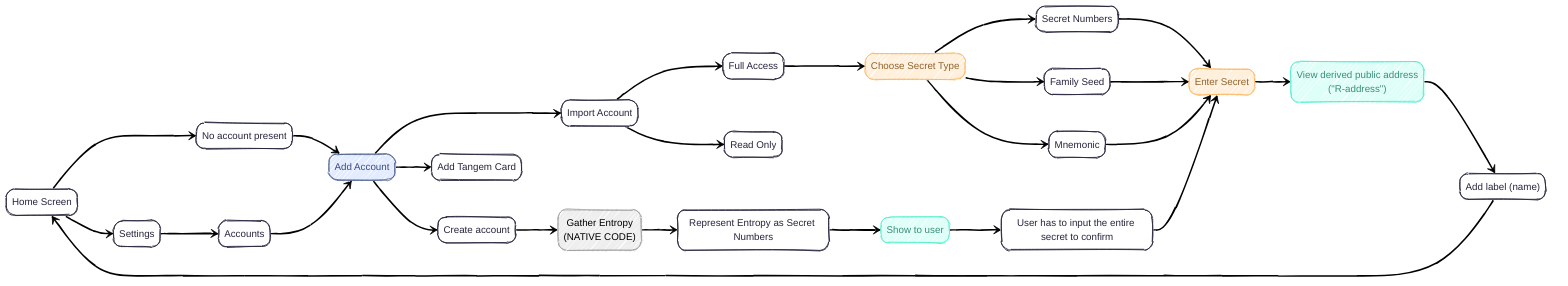
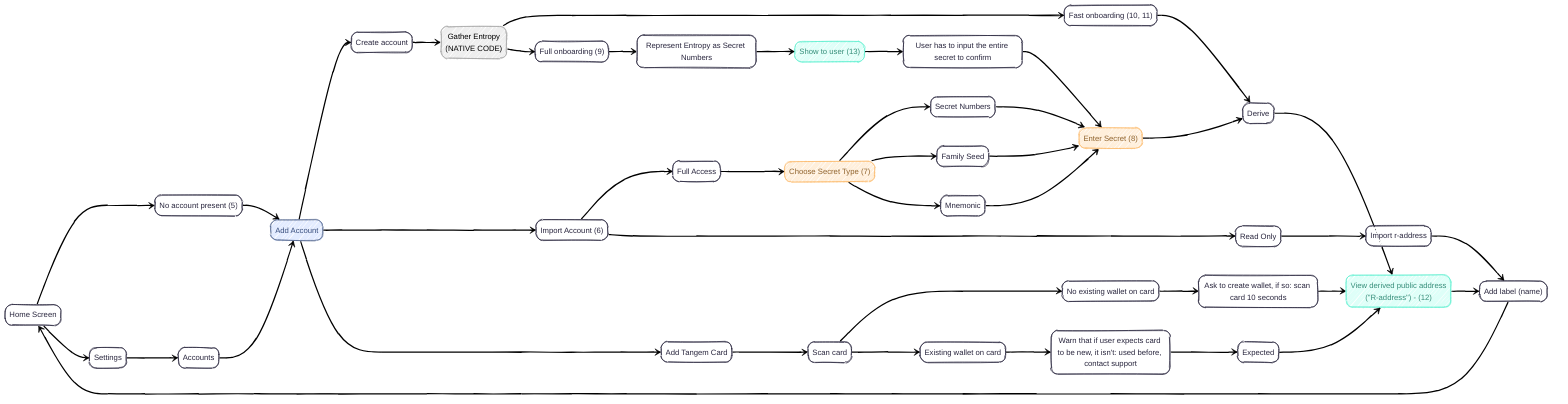
---
config:
  theme: redux
  look: handDrawn
  fontFamily: '''Inter Variable'', sans-serif'
  themeVariables:
    fontFamily: '''Inter Variable'', sans-serif'
---
stateDiagram
  direction LR
  classDef Sky stroke-width:1px,stroke-dasharray:none,stroke:#374D7C,fill:#E2EBFF,color:#374D7C;
  classDef Ash stroke-width:1px,stroke-dasharray:none,stroke:#999999,fill:#EEEEEE,color:#000000;
  classDef Peach stroke-width:1px,stroke-dasharray:none,stroke:#FBB35A,fill:#FFEFDB,color:#8F632D;
  classDef Aqua stroke-width:1px,stroke-dasharray:none,stroke:#46EDC8,fill:#DEFFF8,color:#378E7A;
  h --> xx
  xx --> x
  x --> s1
  x --> s2
  x --> s3
  s2 --> s4
  s2 --> s5
  s4 --> s6
  s6 --> s7
  s6 --> s8
  s6 --> s9
  s7 --> s10
  s8 --> s10
  s9 --> s10
-   s10 --> s11
+   s10 --> s26
+   s26 --> s11
  s1 --> s12
-   s12 --> s13
+   s12 --> s27
+   s12 --> s28
+   s27 --> s26
+   s28 --> s13
  s13 --> s14
  s14 --> s15
  s15 --> s10
  s11 --> s16
  s16 --> h
  h --> s17
  s17 --> s18
  s18 --> x
+   s3 --> s19
+   s19 --> s20
+   s19 --> s21
+   s20 --> s22
+   s22 --> s11
+   s21 --> s23
+   s23 --> s24
+   s24 --> s11
+   s5 --> s25
+   s25 --> s16
  h:Home Screen
-   xx:No account present
+   xx:No account present (5)
  x:Add Account<br>
  s1:Create account
-   s2:Import Account
+   s2:Import Account (6)
  s3:Add Tangem Card
  s4:Full Access
  s5:Read Only
-   s6:Choose Secret Type
+   s6:Choose Secret Type (7)
  s7:Secret Numbers
  s8:Family Seed
  s9:Mnemonic
-   s10:Enter Secret
-   s11:View derived public address<br>("R-address")
+   s10:Enter Secret (8)
+   s26:Derive
+   s11:View derived public address</br>("R-address") - (12)
  s12:Gather Entropy<br>(NATIVE CODE)
+   s27:Fast onboarding (10, 11)
+   s28:Full onboarding (9)
  s13:Represent Entropy as Secret Numbers
-   s14:Show to user
+   s14:Show to user (13)
  s15:User has to input the entire secret to confirm
  s16:Add label (name)
  s17:Settings
  s18:Accounts
+   s19:Scan card
+   s20:No existing wallet on card
+   s21:Existing wallet on card
+   s22:Ask to create wallet, if so: scan card 10 seconds
+   s23:Warn that if user expects card to be new, it isn't: used before, contact support
+   s24:Expected
+   s25:Import r-address
  class x Sky
  class s12 Ash
  class s6,s10 Peach
  class s11,s14 Aqua
